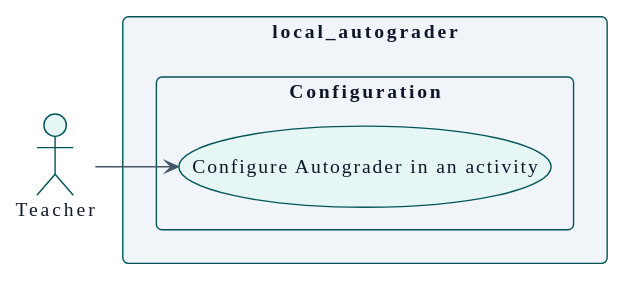
didactika/moodle-local_autograder keeps this PlantUML diagram as docs/en/technical/requirements/use-cases-teacher.svg. Above is the earlier version.
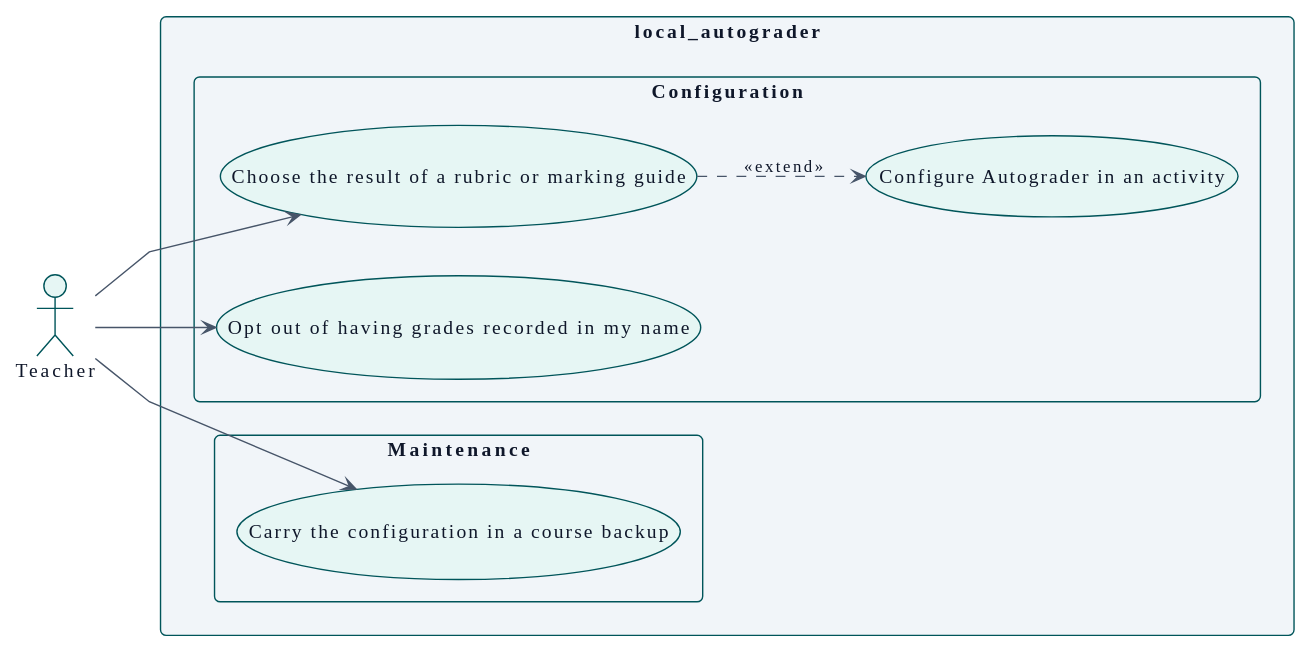
After the commit.

Change to the diagram source:
```diff
@@ -111,8 +111,16 @@
 rectangle "local_autograder" {
   package "Configuration" {
     usecase "Configure Autograder in an activity" as UC_configureAutograder
+    usecase "Choose the result of a rubric or marking guide" as UC_chooseAdvancedGrade
+    usecase "Opt out of having grades recorded in my name" as UC_optOutOfGrading
+  }
+  package "Maintenance" {
+    usecase "Carry the configuration in a course backup" as UC_carryConfigurationInBackup
   }
 }
 
-A_Teacher --> UC_configureAutograder
+A_Teacher --> UC_chooseAdvancedGrade
+A_Teacher --> UC_optOutOfGrading
+A_Teacher --> UC_carryConfigurationInBackup
+UC_chooseAdvancedGrade ..> UC_configureAutograder : <<extend>>
 @enduml
```
